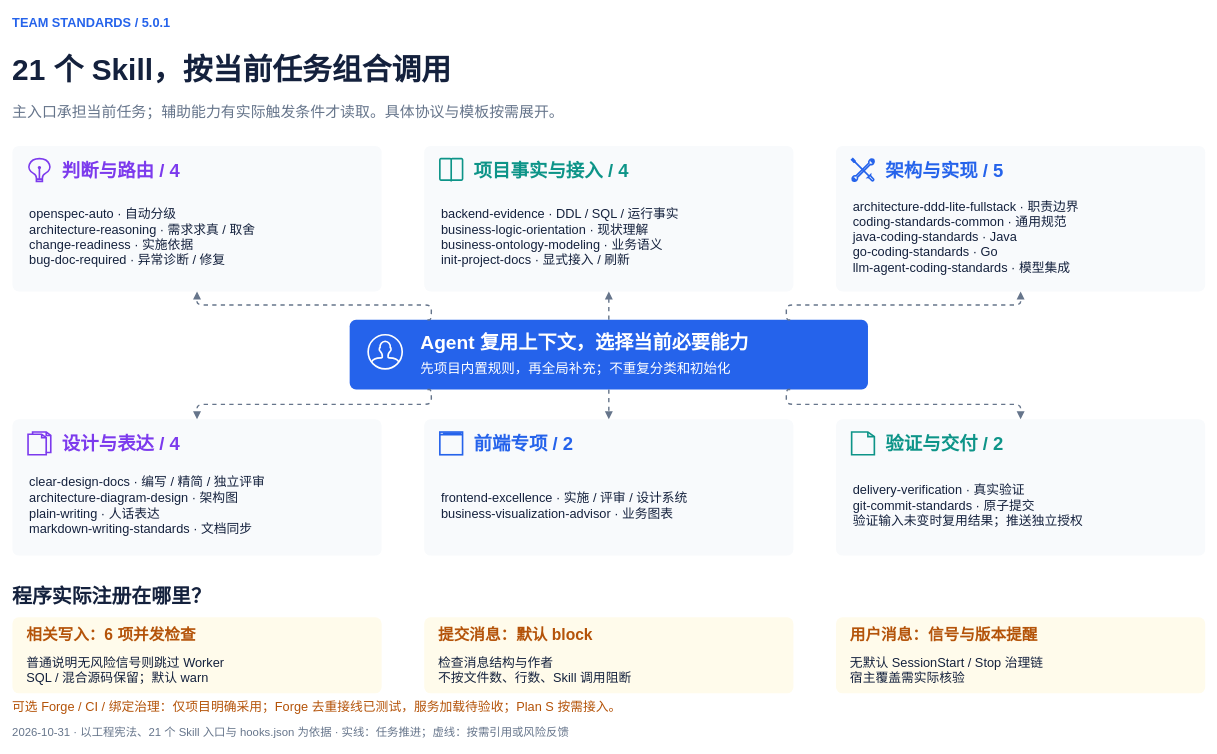
Before: page "02 按需能力与实际门禁" (2 of 2) of docs/diagrams/team-standards-execution.drawio in exception-coder/team-standards, a draw.io diagram. Source tidied: cells renumbered, new cells numbered last; positions are measured from the earlier drawing's top-left corner, leaving out a move shared by most shapes. Both pictures are drawn from the tidied source at 71%, with x=0, y=0 at pixel (12, 12).
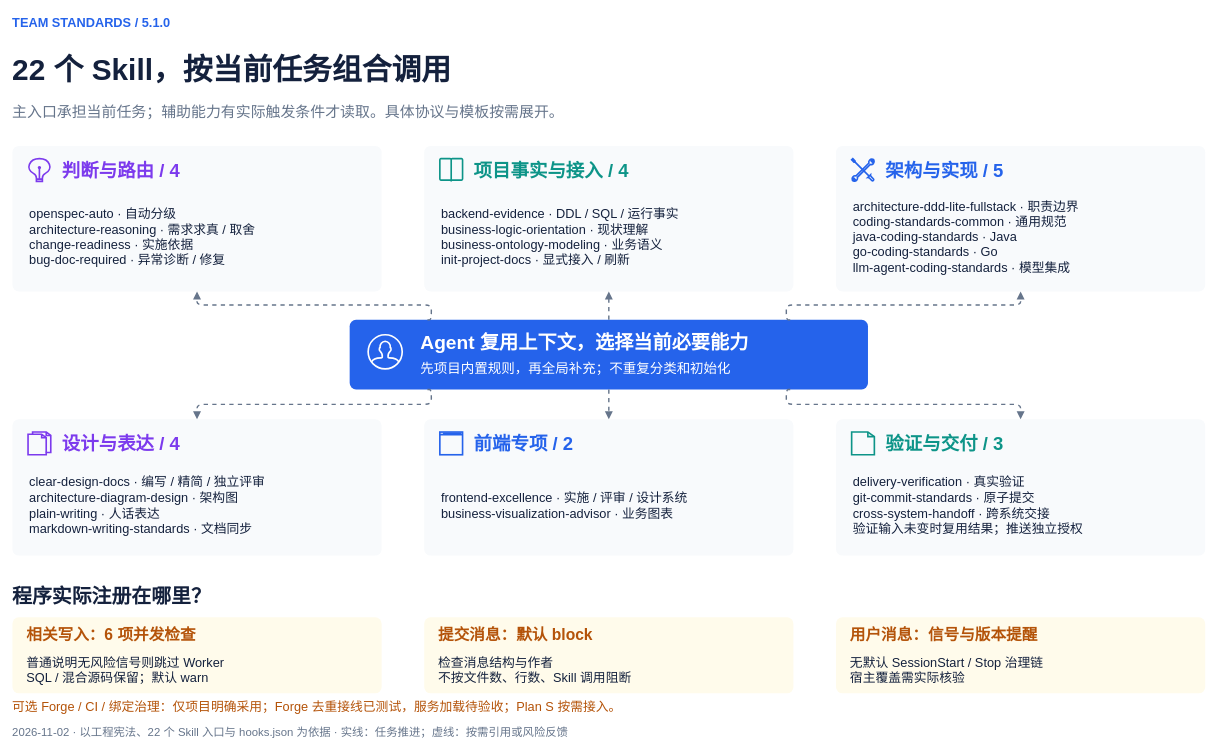
After the change.

The edit, as a diff of the source:
```diff
@@
-    <mxCell id="2" value="TEAM STANDARDS  /  5.0.1" style="fontFamily=Microsoft YaHei;html=0;fontColor=#14213D;text;strokeColor=none;fillColor=none;align=left;verticalAlign=middle;whiteSpace=wrap;spacing=0;fontSize=18;fontColor=#2563EB;fontStyle=1;" parent="1" vertex="1">
+    <mxCell id="2" value="TEAM STANDARDS  /  5.1.0" style="fontFamily=Microsoft YaHei;html=0;fontColor=#14213D;text;strokeColor=none;fillColor=none;align=left;verticalAlign=middle;whiteSpace=wrap;spacing=0;fontSize=18;fontColor=#2563EB;fontStyle=1;" parent="1" vertex="1">
       <mxGeometry width="1250" height="30" as="geometry" />
     </mxCell>
-    <mxCell id="3" value="21 个 Skill，按当前任务组合调用" style="fontFamily=Microsoft YaHei;html=0;fontColor=#14213D;text;strokeColor=none;fillColor=none;align=left;verticalAlign=middle;whiteSpace=wrap;spacing=0;fontSize=42;fontColor=#14213D;fontStyle=1;" parent="1" vertex="1">
+    <mxCell id="3" value="22 个 Skill，按当前任务组合调用" style="fontFamily=Microsoft YaHei;html=0;fontColor=#14213D;text;strokeColor=none;fillColor=none;align=left;verticalAlign=middle;whiteSpace=wrap;spacing=0;fontSize=42;fontColor=#14213D;fontStyle=1;" parent="1" vertex="1">
       <mxGeometry y="48" width="1680" height="65" as="geometry" />
     </mxCell>
@@
-    <mxCell id="5" value="2026-10-31 · 以工程宪法、21 个 Skill 入口与 hooks.json 为依据 · 实线：任务推进；虚线：按需引用或风险反馈" style="fontFamily=Microsoft YaHei;html=0;fontColor=#14213D;text;strokeColor=none;fillColor=none;align=left;verticalAlign=middle;whiteSpace=wrap;spacing=0;fontSize=16;fontColor=#66758B;fontStyle=0;" parent="1" vertex="1">
+    <mxCell id="5" value="2026-11-02 · 以工程宪法、22 个 Skill 入口与 hooks.json 为依据 · 实线：任务推进；虚线：按需引用或风险反馈" style="fontFamily=Microsoft YaHei;html=0;fontColor=#14213D;text;strokeColor=none;fillColor=none;align=left;verticalAlign=middle;whiteSpace=wrap;spacing=0;fontSize=16;fontColor=#66758B;fontStyle=0;" parent="1" vertex="1">
       <mxGeometry y="998" width="1680" height="30" as="geometry" />
     </mxCell>
@@
-    <mxCell id="28" value="验证与交付  /  2" style="fontFamily=Microsoft YaHei;html=0;fontColor=#14213D;text;strokeColor=none;fillColor=none;align=left;verticalAlign=middle;whiteSpace=wrap;spacing=0;fontSize=26;fontColor=#0D9488;fontStyle=1;" parent="1" vertex="1">
+    <mxCell id="28" value="验证与交付  /  3" style="fontFamily=Microsoft YaHei;html=0;fontColor=#14213D;text;strokeColor=none;fillColor=none;align=left;verticalAlign=middle;whiteSpace=wrap;spacing=0;fontSize=26;fontColor=#0D9488;fontStyle=1;" parent="1" vertex="1">
       <mxGeometry x="1230" y="586" width="430" height="43" as="geometry" />
     </mxCell>
-    <mxCell id="29" value="delivery-verification · 真实验证&#10;git-commit-standards · 原子提交&#10;验证输入未变时复用结果；推送独立授权" style="fontFamily=Microsoft YaHei;html=0;fontColor=#14213D;text;strokeColor=none;fillColor=none;align=left;verticalAlign=middle;whiteSpace=wrap;spacing=0;fontSize=18;fontColor=#14213D;fontStyle=0;" parent="1" vertex="1">
+    <mxCell id="29" value="delivery-verification · 真实验证&#10;git-commit-standards · 原子提交&#10;cross-system-handoff · 跨系统交接&#10;验证输入未变时复用结果；推送独立授权" style="fontFamily=Microsoft YaHei;html=0;fontColor=#14213D;text;strokeColor=none;fillColor=none;align=left;verticalAlign=middle;whiteSpace=wrap;spacing=0;fontSize=18;fontColor=#14213D;fontStyle=0;" parent="1" vertex="1">
       <mxGeometry x="1184" y="637" width="472" height="116" as="geometry" />
     </mxCell>
```
